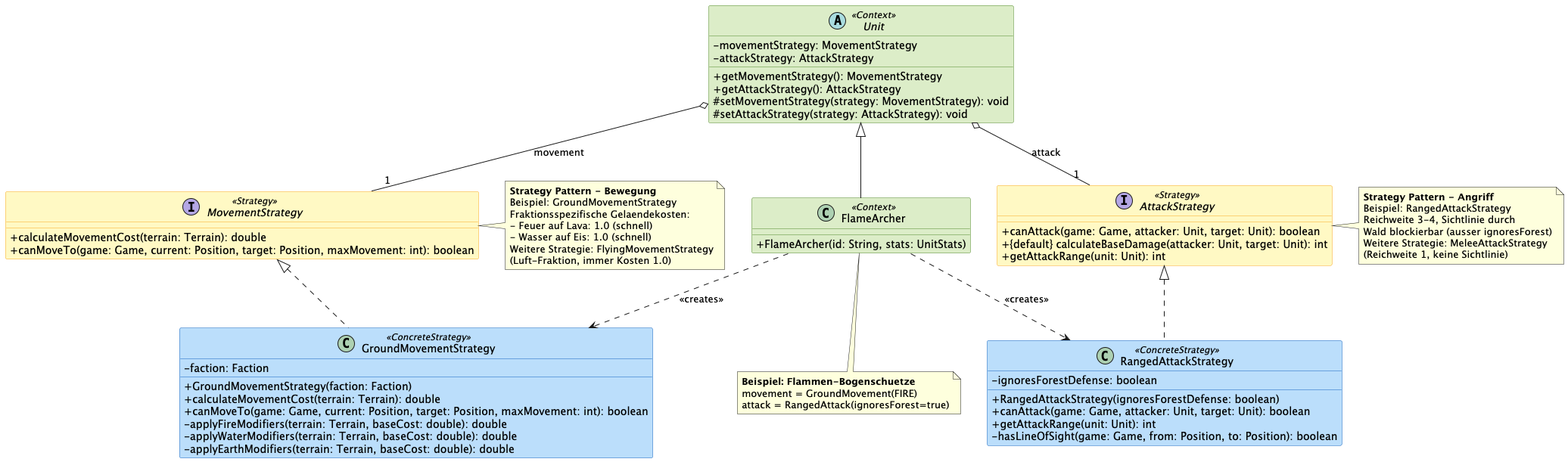
Before: docs/LaTeX/images/Strategy_Pattern___ElementarClash.png, a diagram exported from PlantUML (mmukex/elementarClash).
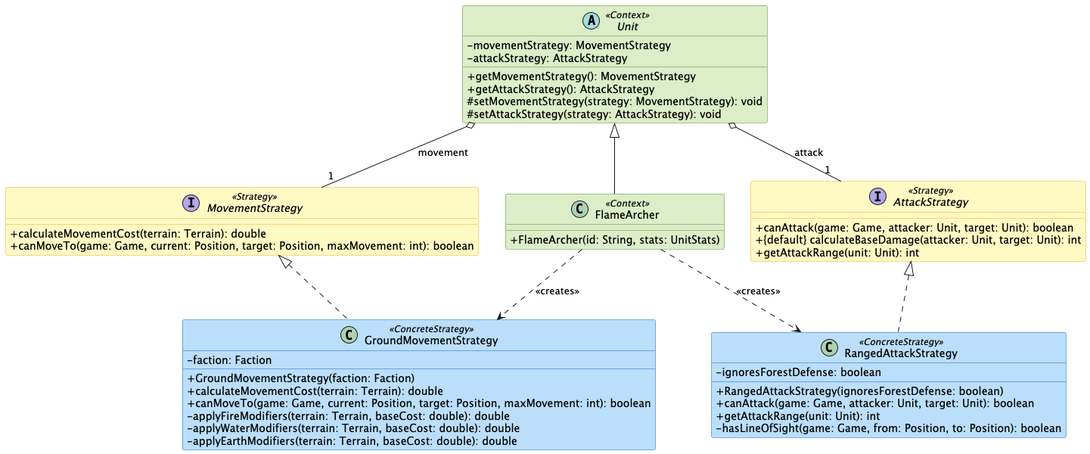
Above is the later version.

Diff of the diagram source:
```diff
@@ -68,29 +68,4 @@
 FlameArcher ..> GroundMovementStrategy : <<creates>>
 FlameArcher ..> RangedAttackStrategy : <<creates>>
 
-note right of MovementStrategy
-  **Strategy Pattern - Bewegung**
-  Beispiel: GroundMovementStrategy
-  Fraktionsspezifische Gelaendekosten:
-  - Feuer auf Lava: 1.0 (schnell)
-  - Wasser auf Eis: 1.0 (schnell)
-  Weitere Strategie: FlyingMovementStrategy
-  (Luft-Fraktion, immer Kosten 1.0)
-end note
-
-note right of AttackStrategy
-  **Strategy Pattern - Angriff**
-  Beispiel: RangedAttackStrategy
-  Reichweite 3-4, Sichtlinie durch
-  Wald blockierbar (ausser ignoresForest)
-  Weitere Strategie: MeleeAttackStrategy
-  (Reichweite 1, keine Sichtlinie)
-end note
-
-note bottom of FlameArcher
-  **Beispiel: Flammen-Bogenschuetze**
-  movement = GroundMovement(FIRE)
-  attack = RangedAttack(ignoresForest=true)
-end note
-
 @enduml
```
